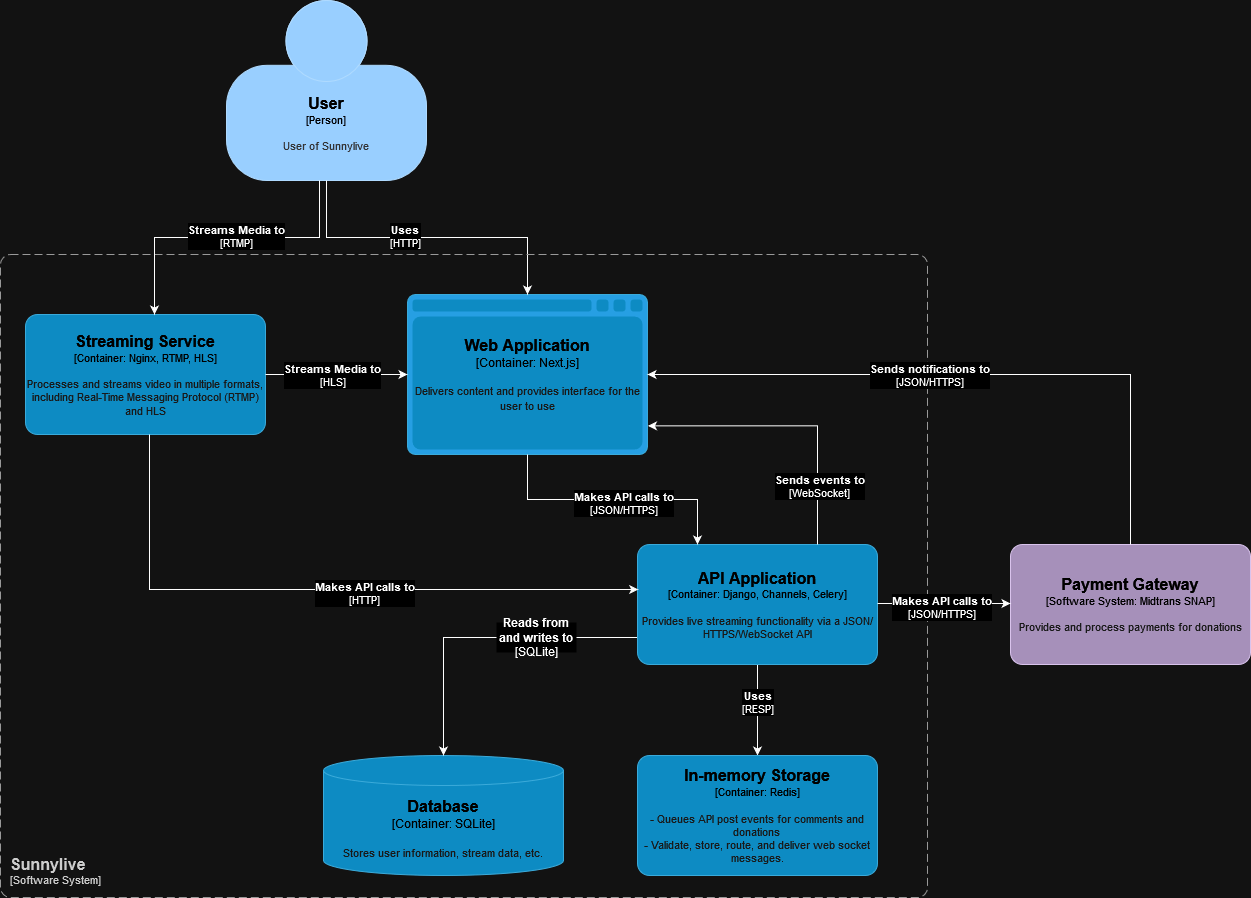
The draw.io diagram SoftwareArchitecture.png in tsanny/sunnylive, before a commit. Source tidied: cells renumbered, new cells last; positions are measured from the earlier drawing's top-left corner, leaving out a move shared by most shapes.
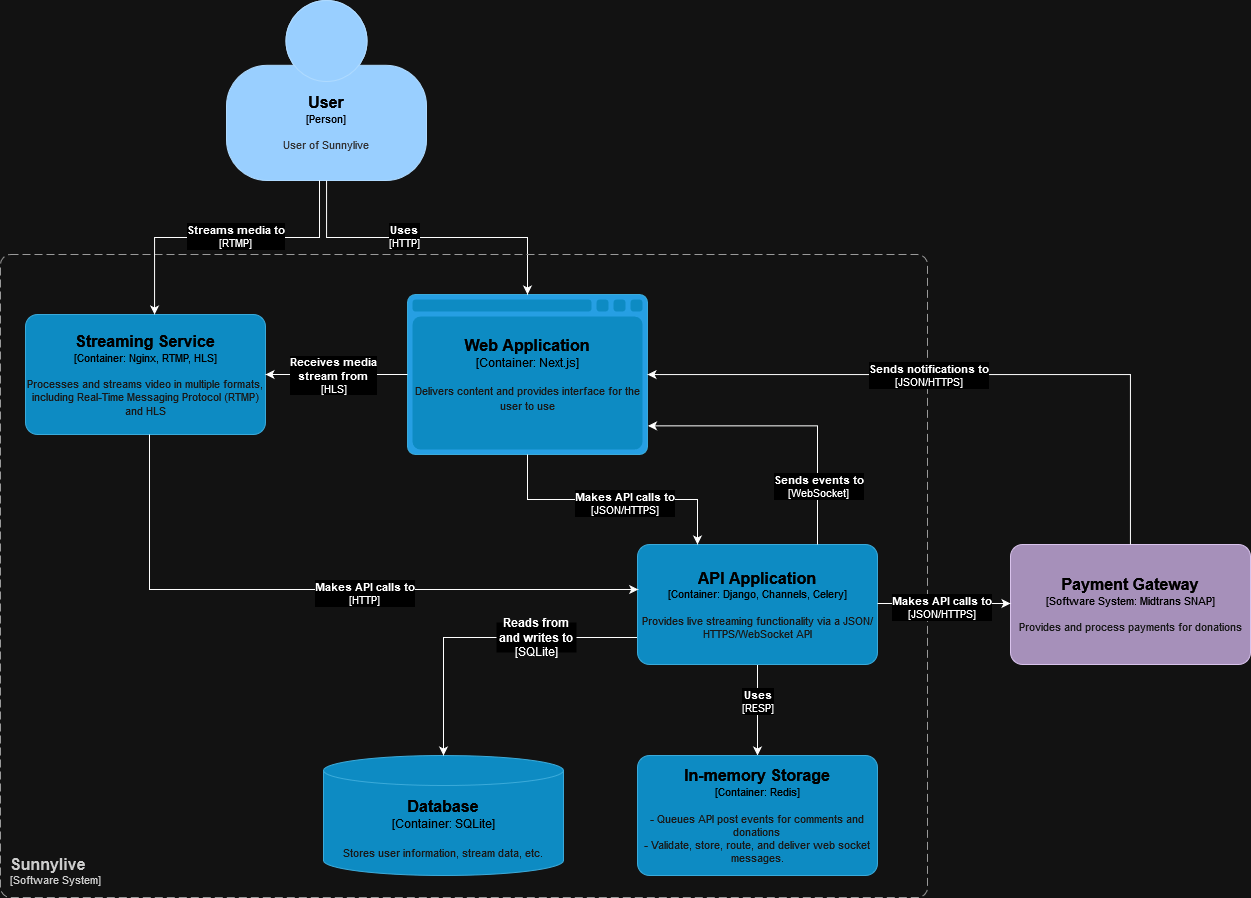
The same file after the commit.

Commit message:
refactor(README.md): revise software architecture diagram

Change to the diagram source:
```diff
@@ -99,7 +99,7 @@
         </Array>
       </mxGeometry>
     </mxCell>
-    <mxCell id="22" value="&lt;b&gt;Streams Media to&lt;/b&gt;&lt;br&gt;[RTMP]" style="edgeLabel;html=1;align=center;verticalAlign=middle;" parent="21" vertex="1">
+    <mxCell id="22" value="&lt;b&gt;Streams media to&lt;/b&gt;&lt;br&gt;[RTMP]" style="edgeLabel;html=1;align=center;verticalAlign=middle;" parent="21" vertex="1">
       <mxGeometry x="-0.07" relative="1" as="geometry">
         <mxPoint x="-3" y="-2" as="offset" />
       </mxGeometry>
@@ -119,10 +119,10 @@
         <mxPoint x="116" as="offset" />
       </mxGeometry>
     </mxCell>
-    <mxCell id="26" style="edgeStyle=orthogonalEdgeStyle;rounded=0;jettySize=auto;html=1;startArrow=classic;startFill=1;endArrow=none;endFill=0;" parent="1" edge="1" source="3" target="20">
+    <mxCell id="26" style="edgeStyle=orthogonalEdgeStyle;rounded=0;jettySize=auto;html=1;startArrow=none;startFill=0;endArrow=classic;endFill=1;" parent="1" edge="1" source="3" target="20">
       <mxGeometry relative="1" as="geometry" />
     </mxCell>
-    <mxCell id="27" value="&lt;b&gt;Streams Media to&lt;/b&gt;&lt;br&gt;[HLS]" style="edgeLabel;html=1;align=center;verticalAlign=middle;" parent="26" vertex="1">
+    <mxCell id="27" value="&lt;div&gt;&lt;b&gt;Receives media&lt;/b&gt;&lt;/div&gt;&lt;div&gt;&lt;b&gt;stream from&lt;br&gt;&lt;/b&gt;&lt;/div&gt;[HLS]" style="edgeLabel;html=1;align=center;verticalAlign=middle;" parent="26" vertex="1">
       <mxGeometry x="-0.07" relative="1" as="geometry">
         <mxPoint x="-9" as="offset" />
       </mxGeometry>
```
